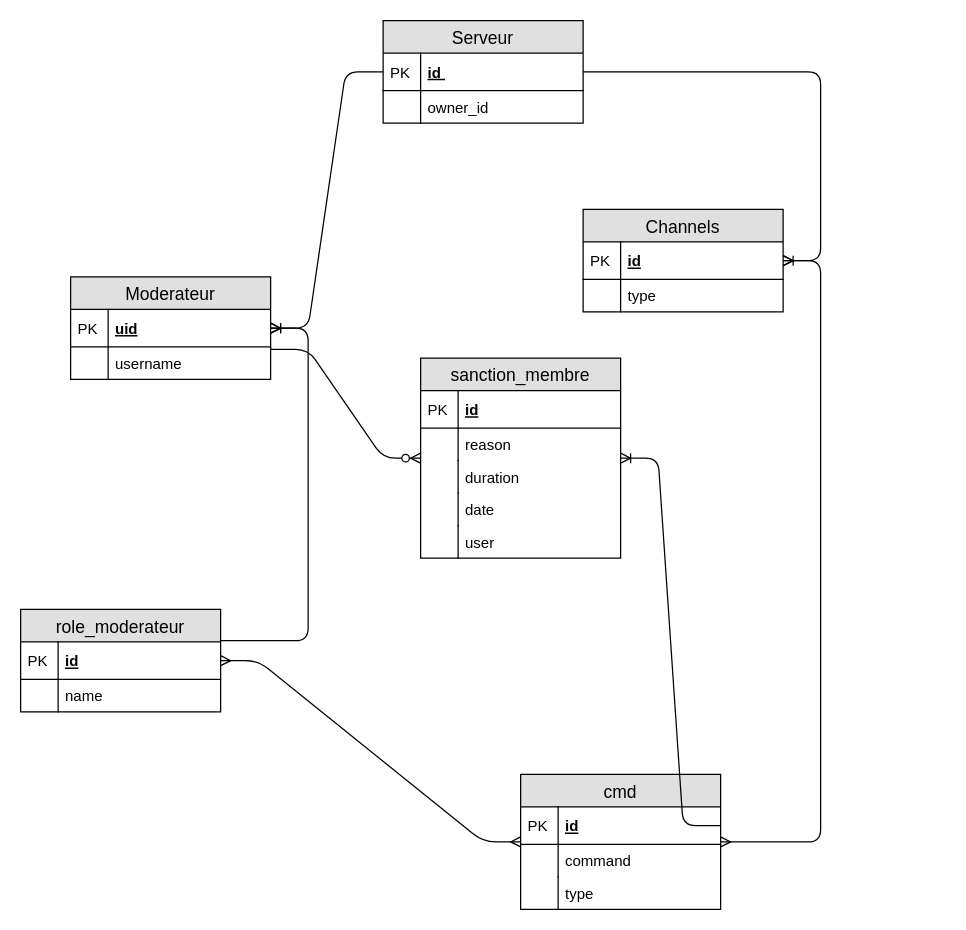
RomainCtl/discord_project keeps this draw.io diagram as doc/schema_associatif.drawio. Above is the earlier version. Source tidied: cells renumbered, new cells numbered last; positions are measured from the earlier drawing's top-left corner, leaving out a move shared by most shapes. Both pictures are drawn from the tidied source at 125%, with x=0, y=0 at pixel (20, 20).
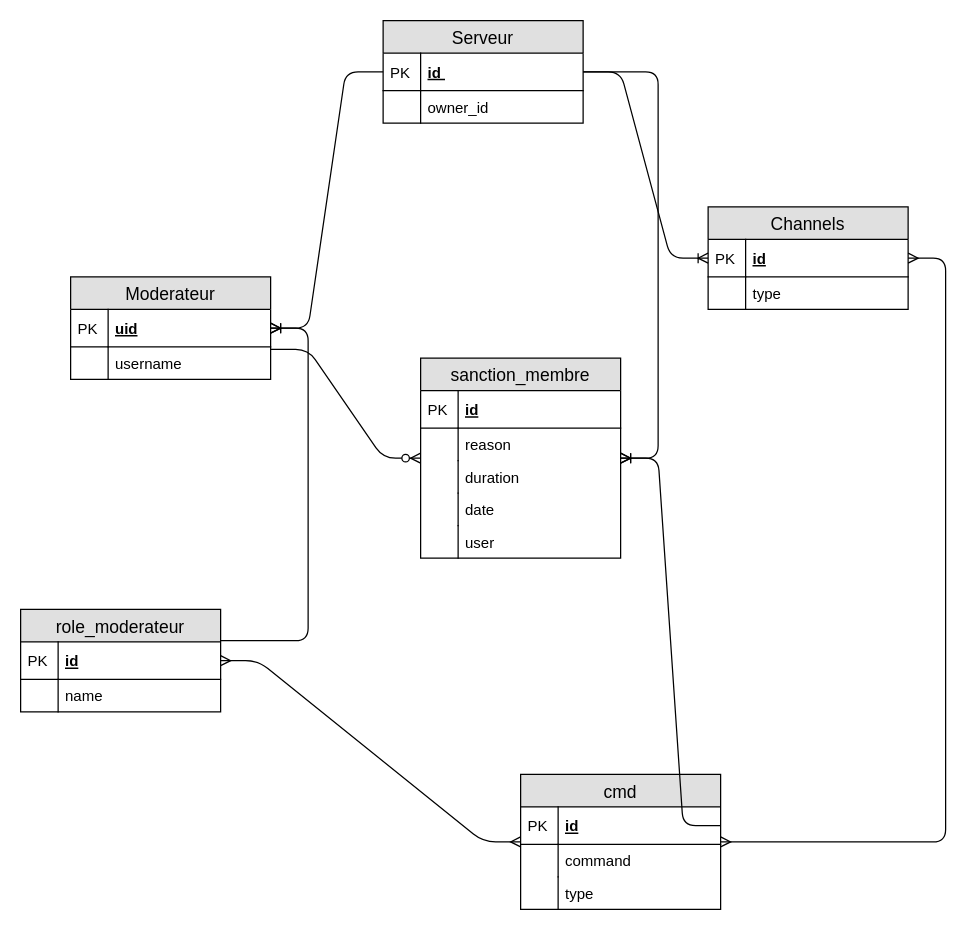
Above is the later version.

Commit message (it also covers changes not shown here):
upgrade schemas

The change refers to these unchanged cells:
```xml
<mxCell id="2" value="Serveur" style="swimlane;fontStyle=0;horizontal=1;startSize=26;fillColor=#e0e0e0;swimlaneFillColor=#ffffff;align=center;fontSize=14;fontColor=#000000;strokeColor=#000000;" parent="1" vertex="1">
  <mxGeometry x="290" width="160" height="82" as="geometry" />
</mxCell>
<mxCell id="32" value="sanction_membre" style="swimlane;fontStyle=0;horizontal=1;startSize=26;fillColor=#e0e0e0;swimlaneFillColor=#ffffff;align=center;fontSize=14;strokeColor=#000000;fontColor=#000000;" parent="1" vertex="1">
  <mxGeometry x="320" y="270" width="160" height="160" as="geometry" />
</mxCell>
```

The edit, as a diff of the source:
```diff
@@
     <mxCell id="12" value="Channels" style="swimlane;fontStyle=0;horizontal=1;startSize=26;fillColor=#e0e0e0;swimlaneFillColor=#ffffff;align=center;fontSize=14;strokeColor=#000000;fontColor=#000000;" parent="1" vertex="1">
-      <mxGeometry x="450" y="151" width="160" height="82" as="geometry" />
+      <mxGeometry x="550" y="149" width="160" height="82" as="geometry" />
     </mxCell>
@@
+    <mxCell id="47" style="edgeStyle=entityRelationEdgeStyle;fontSize=12;html=1;endArrow=ERoneToMany;" parent="1" edge="1" source="2" target="32">
+      <mxGeometry relative="1" as="geometry" />
+    </mxCell>
```
